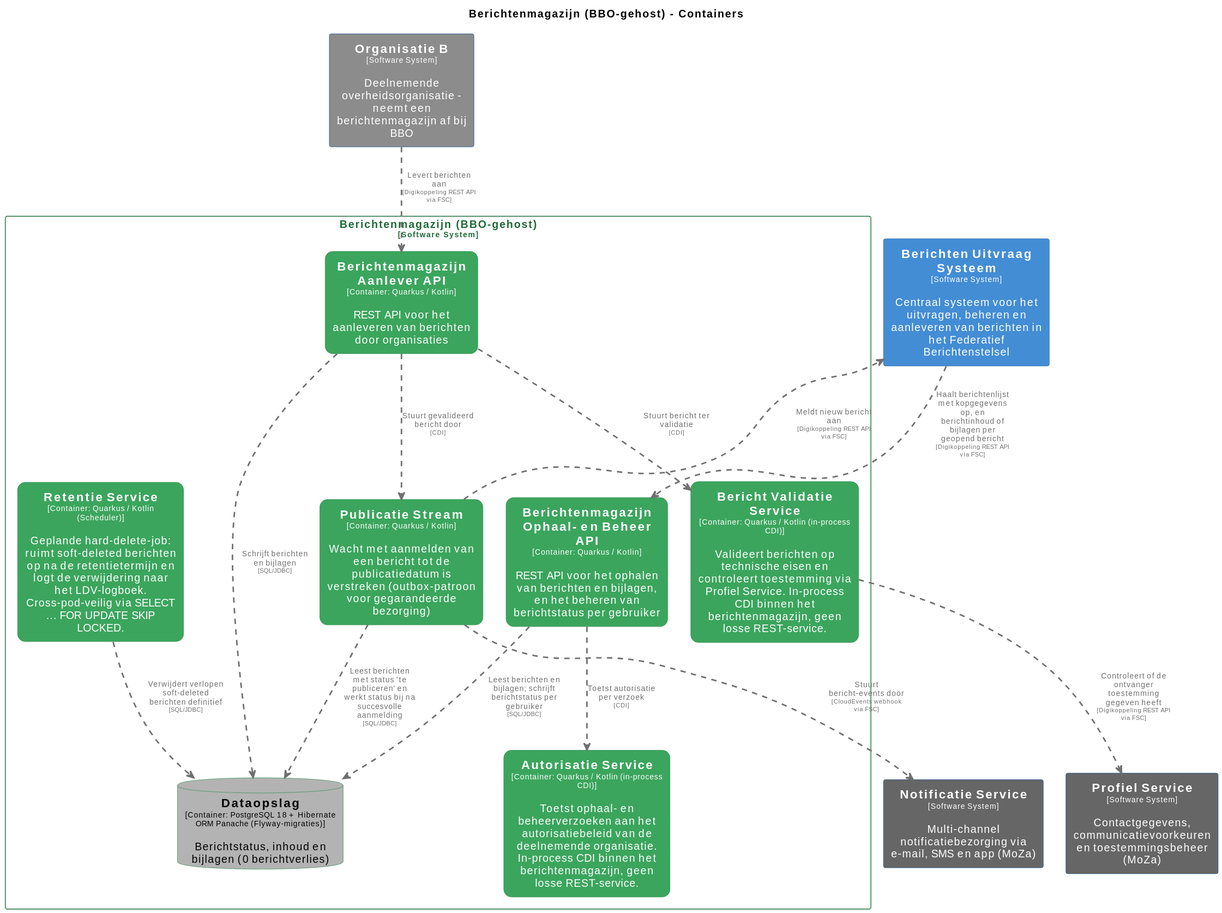
MinBZK/moza-poc-fbs-berichtenbox keeps this PlantUML diagram as master/svg/BerichtenmagazijnContainers.svg. Above is the earlier version. Its source is kept beside it as master/puml/BerichtenmagazijnContainers.puml.
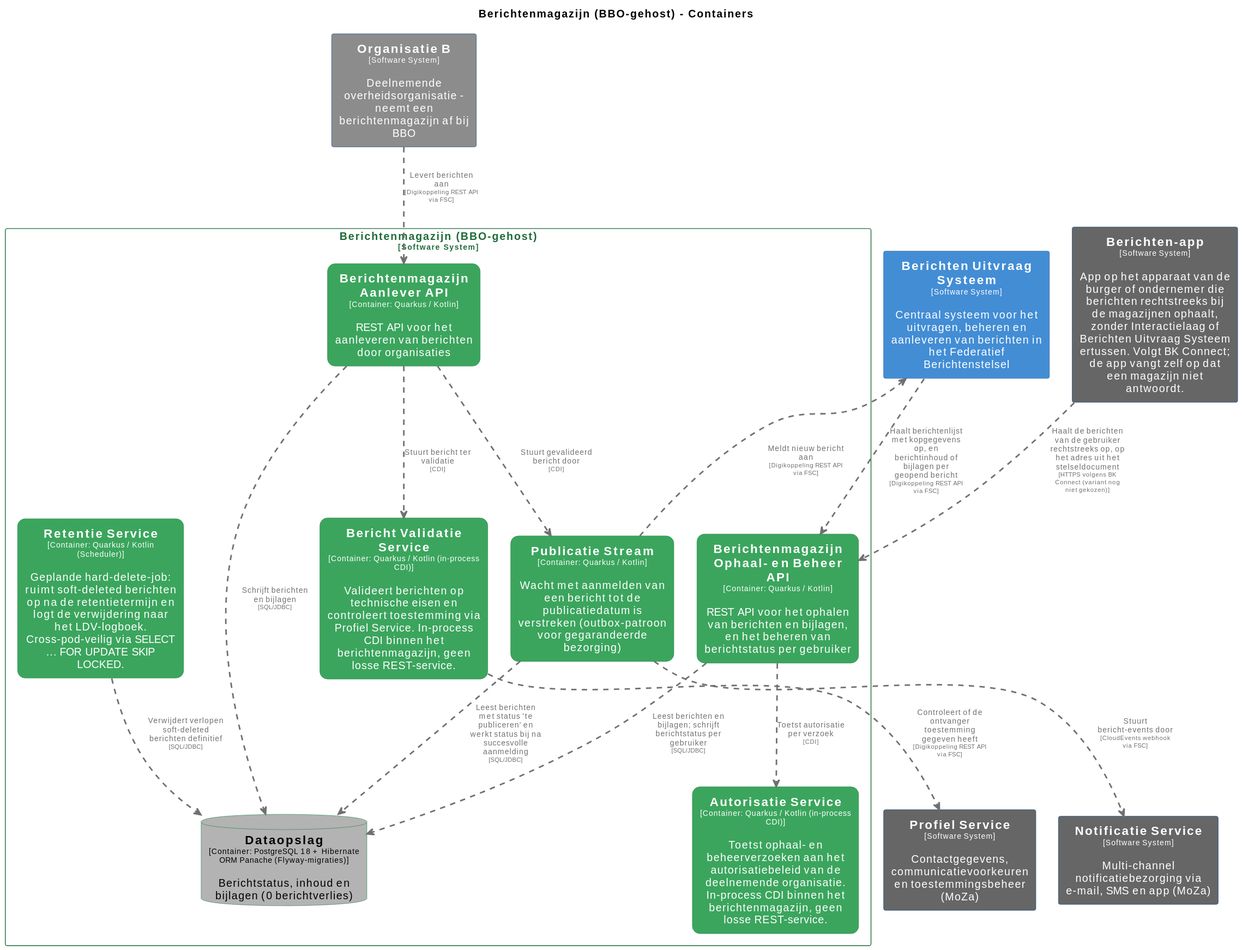
Above is the later version.

Diff of the diagram source:
```diff
@@ -33,6 +33,12 @@
   BackgroundColor #438dd5
   FontColor #ffffff
   BorderColor #2e6295
+  shadowing false
+}
+skinparam rectangle<<Berichtenapp>> {
+  BackgroundColor #666666
+  FontColor #ffffff
+  BorderColor #0b4884
   shadowing false
 }
 skinparam rectangle<<BerichtenmagazijnBBOgehost.BerichtenmagazijnAanleverAPI>> {
@@ -97,6 +103,7 @@
 rectangle "==Notificatie Service\n<size:10>[Software System]</size>\n\nMulti-channel notificatiebezorging via e-mail, SMS en app (MoZa)" <<NotificatieService>> as NotificatieService
 rectangle "==Organisatie B\n<size:10>[Software System]</size>\n\nDeelnemende overheidsorganisatie - neemt een berichtenmagazijn af bij BBO" <<OrganisatieB>> as OrganisatieB
 rectangle "==Berichten Uitvraag Systeem\n<size:10>[Software System]</size>\n\nCentraal systeem voor het uitvragen, beheren en aanleveren van berichten in het Federatief Berichtenstelsel" <<BerichtenUitvraagSysteem>> as BerichtenUitvraagSysteem
+rectangle "==Berichten-app\n<size:10>[Software System]</size>\n\nApp op het apparaat van de burger of ondernemer die berichten rechtstreeks bij de magazijnen ophaalt, zonder Interactielaag of Berichten Uitvraag Systeem ertussen. Volgt BK Connect; de app vangt zelf op dat een magazijn niet antwoordt." <<Berichtenapp>> as Berichtenapp
 
 rectangle "Berichtenmagazijn (BBO-gehost)\n<size:10>[Software System]</size>" <<BerichtenmagazijnBBOgehost>> {
   rectangle "==Berichtenmagazijn Ophaal- en Beheer API\n<size:10>[Container: Quarkus / Kotlin]</size>\n\nREST API voor het ophalen van berichten en bijlagen, en het beheren van berichtstatus per gebruiker" <<BerichtenmagazijnBBOgehost.BerichtenmagazijnOphaalenBeheerAPI>> as BerichtenmagazijnBBOgehost.BerichtenmagazijnOphaalenBeheerAPI
@@ -108,6 +115,7 @@
   rectangle "==Retentie Service\n<size:10>[Container: Quarkus / Kotlin (Scheduler)]</size>\n\nGeplande hard-delete-job: ruimt soft-deleted berichten op na de retentietermijn en logt de verwijdering naar het LDV-logboek. Cross-pod-veilig via SELECT ... FOR UPDATE SKIP LOCKED." <<BerichtenmagazijnBBOgehost.RetentieService>> as BerichtenmagazijnBBOgehost.RetentieService
 }
 
+Berichtenapp .[#707070,thickness=2].> BerichtenmagazijnBBOgehost.BerichtenmagazijnOphaalenBeheerAPI : "<color:#707070>Haalt de berichten van de gebruiker rechtstreeks op, op het adres uit het stelseldocument\n<color:#707070><size:8>[HTTPS volgens BK Connect (variant nog niet gekozen)]</size>"
 BerichtenUitvraagSysteem .[#707070,thickness=2].> BerichtenmagazijnBBOgehost.BerichtenmagazijnOphaalenBeheerAPI : "<color:#707070>Haalt berichtenlijst met kopgegevens op, en berichtinhoud of bijlagen per geopend bericht\n<color:#707070><size:8>[Digikoppeling REST API via FSC]</size>"
 BerichtenmagazijnBBOgehost.PublicatieStream .[#707070,thickness=2].> BerichtenUitvraagSysteem : "<color:#707070>Meldt nieuw bericht aan\n<color:#707070><size:8>[Digikoppeling REST API via FSC]</size>"
 BerichtenmagazijnBBOgehost.PublicatieStream .[#707070,thickness=2].> NotificatieService : "<color:#707070>Stuurt bericht-events door\n<color:#707070><size:8>[CloudEvents webhook via FSC]</size>"
```
